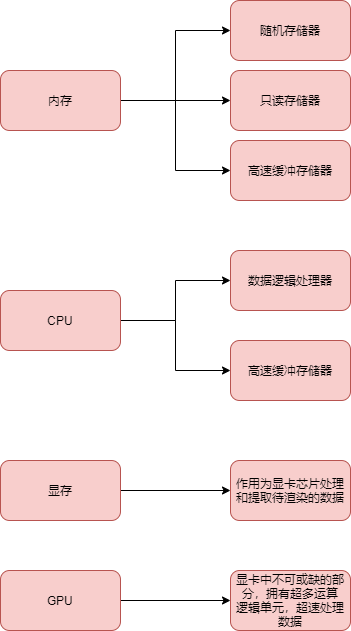
The draw.io diagram 未命名绘图.drawio.png in nikeoboy/mahjong, before a commit. Source tidied: cells renumbered, new cells last; positions are measured from the earlier drawing's top-left corner, leaving out a move shared by most shapes.
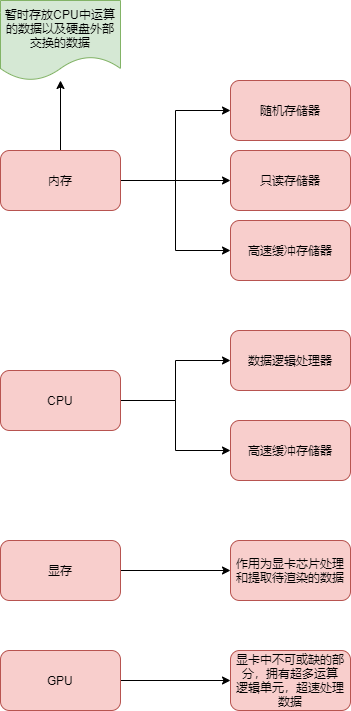
After the commit.

Commit message:
更新未命名绘图.drawio.png

Diff of the diagram source:
```diff
@@ -11,6 +11,9 @@
     <mxCell id="4" style="edgeStyle=orthogonalEdgeStyle;rounded=0;jettySize=auto;html=1;exitX=1;exitY=0.5;exitDx=0;exitDy=0;entryX=0;entryY=0.5;entryDx=0;entryDy=0;" parent="1" edge="1" source="5" target="8">
       <mxGeometry relative="1" as="geometry" />
     </mxCell>
+    <mxCell id="20" style="edgeStyle=orthogonalEdgeStyle;rounded=0;jettySize=auto;html=1;" parent="1" edge="1" source="5" target="21">
+      <mxGeometry relative="1" as="geometry" />
+    </mxCell>
     <mxCell id="5" value="内存" style="rounded=1;whiteSpace=wrap;html=1;fillColor=#f8cecc;strokeColor=#b85450;" parent="1" vertex="1">
       <mxGeometry y="70" width="120" height="60" as="geometry" />
     </mxCell>
@@ -56,5 +59,8 @@
     <mxCell id="19" value="显卡中不可或缺的部分，拥有超多运算&lt;br&gt;逻辑单元，超速处理数据" style="rounded=1;whiteSpace=wrap;html=1;fillColor=#f8cecc;strokeColor=#b85450;" parent="1" vertex="1">
       <mxGeometry x="230" y="570" width="120" height="60" as="geometry" />
     </mxCell>
+    <mxCell id="21" value="暂时存放CPU中运算的数据以及硬盘外部交换的数据" style="shape=document;whiteSpace=wrap;html=1;boundedLbl=1;fillColor=#d5e8d4;strokeColor=#82b366;rounded=1;" parent="1" vertex="1">
+      <mxGeometry y="-80" width="120" height="80" as="geometry" />
+    </mxCell>
   </root>
 </mxGraphModel>
```
